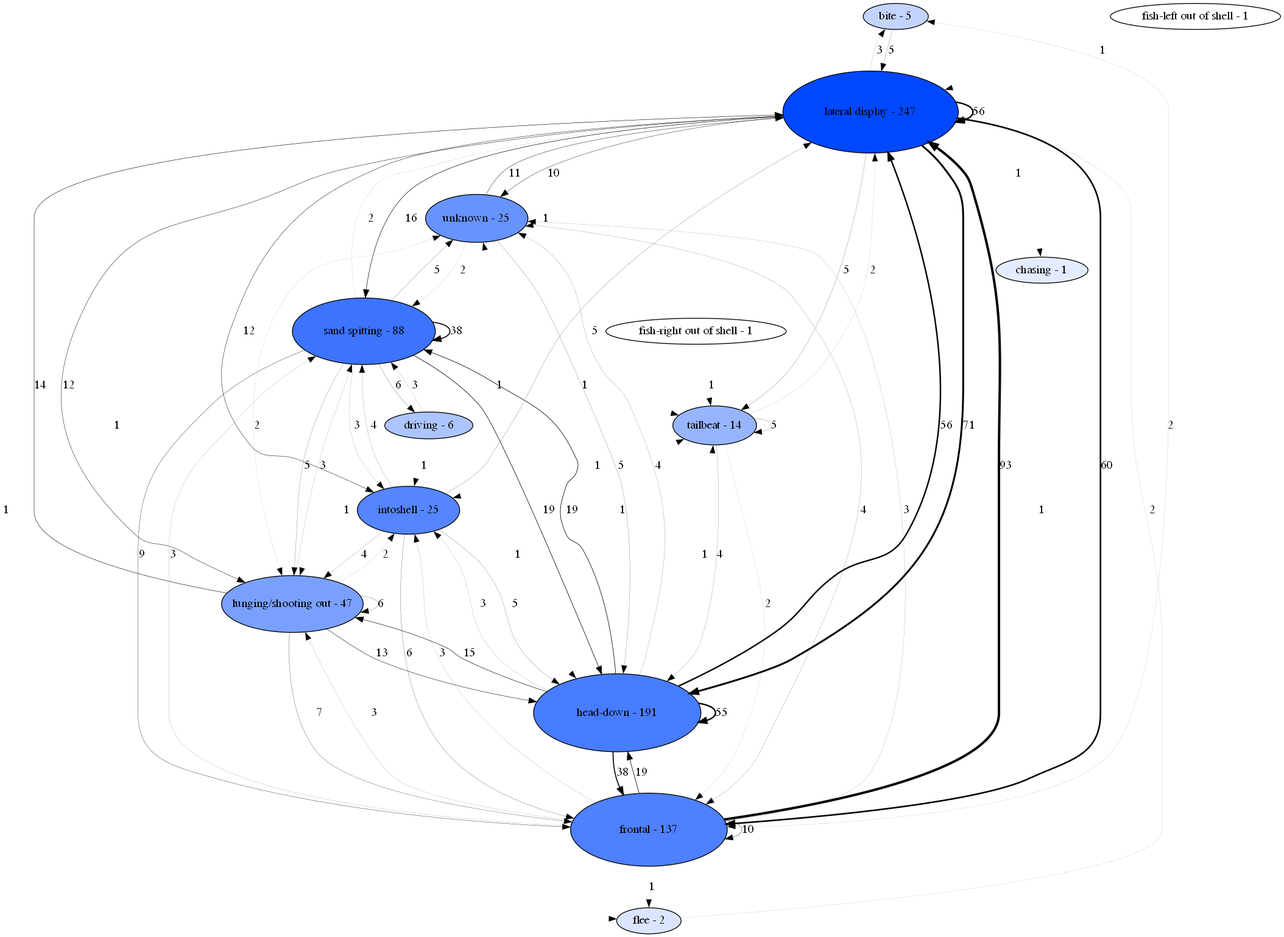
This is images/transitions.gv.png from nicolkraus/AnalyzeBehavior, a Graphviz export, as it was before one commit. Its source is kept beside it as images/transitions.gv.
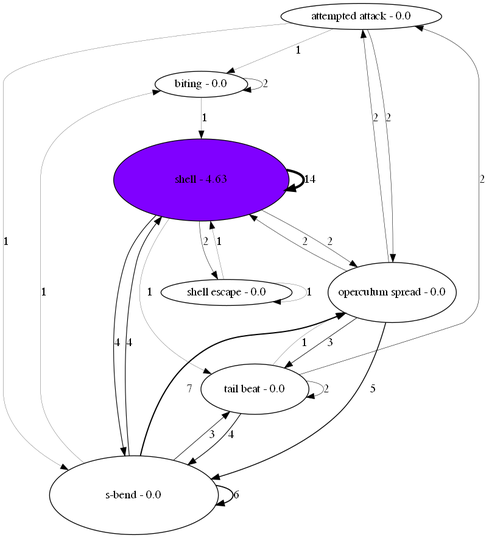
After the change.

What changed in the source:
```diff
@@ -1,87 +1,40 @@
 digraph  {
-"bite - 5" [fillcolor="0.6194444444444445 0.23460980592076922 1", height="0.4089769934037396", style=filled, width="0.8763792715794421"];
-"lateral display - 247" [fillcolor="0.6194444444444445 1.0 1", height="1.4", style=filled, width="3.0"];
-"chasing - 1" [fillcolor="0.6194444444444445 0.10638000034776231 1", height="0.0", style=filled, width="0.0"];
-"frontal - 137" [fillcolor="0.6194444444444445 0.6942382155338318 1", height="1.250224684719749", style=filled, width="2.6790528958280335"];
-"driving - 6" [fillcolor="0.6194444444444445 0.32039363347958144 1", height="0.455307032949974", style=filled, width="0.9756579277499443"];
-"head-down - 191" [fillcolor="0.6194444444444445 0.7159516264311926 1", height="1.3346640951735487", style=filled, width="2.8599944896576046"];
-"intoshell - 25" [fillcolor="0.6194444444444445 0.6669990191860939 1", height="0.8179539868074792", style=filled, width="1.7527585431588841"];
-"lunging/shooting out - 47" [fillcolor="0.6194444444444445 0.521376944768488 1", height="0.9783675270371591", style=filled, width="2.0965018436510556"];
-"sand spitting - 88" [fillcolor="0.6194444444444445 0.7654759743606253 1", height="1.1377436399965202", style=filled, width="2.4380220857068293"];
-"fish-left out of shell - 1" [fillcolor="0.6194444444444445 0.0 1", height="0.0", style=filled, width="0.0"];
-"fish-right out of shell - 1" [fillcolor="0.6194444444444445 0.0 1", height="0.0", style=filled, width="0.0"];
-"tailbeat - 14" [fillcolor="0.6194444444444445 0.40919505060510486 1", height="0.6706153270950386", style=filled, width="1.4370328437750828"];
-"flee - 2" [fillcolor="0.6194444444444445 0.14411890605811684 1", height="0.17613680385032734", style=filled, width="0.37743600825070145"];
-"unknown - 25" [fillcolor="0.6194444444444445 0.5939197308744592 1", height="0.8179539868074792", style=filled, width="1.7527585431588841"];
-"bite - 5" -> "lateral display - 247"  [label=5, penwidth="0.16129032258064516"];
-"lateral display - 247" -> "bite - 5"  [label=3, penwidth="0.0967741935483871"];
-"lateral display - 247" -> "chasing - 1"  [label=1, penwidth="0.03225806451612903"];
-"lateral display - 247" -> "flee - 2"  [label=1, penwidth="0.03225806451612903"];
-"lateral display - 247" -> "frontal - 137"  [label=60, penwidth="1.935483870967742"];
-"lateral display - 247" -> "head-down - 191"  [label=71, penwidth="2.290322580645161"];
-"lateral display - 247" -> "intoshell - 25"  [label=12, penwidth="0.3870967741935484"];
-"lateral display - 247" -> "lateral display - 247"  [label=56, penwidth="1.806451612903226"];
-"lateral display - 247" -> "lunging/shooting out - 47"  [label=12, penwidth="0.3870967741935484"];
-"lateral display - 247" -> "sand spitting - 88"  [label=16, penwidth="0.5161290322580645"];
-"lateral display - 247" -> "tailbeat - 14"  [label=5, penwidth="0.16129032258064516"];
-"lateral display - 247" -> "unknown - 25"  [label=10, penwidth="0.3225806451612903"];
-"chasing - 1" -> "frontal - 137"  [label=1, penwidth="0.03225806451612903"];
-"frontal - 137" -> "bite - 5"  [label=2, penwidth="0.06451612903225806"];
-"frontal - 137" -> "flee - 2"  [label=1, penwidth="0.03225806451612903"];
-"frontal - 137" -> "frontal - 137"  [label=10, penwidth="0.3225806451612903"];
-"frontal - 137" -> "head-down - 191"  [label=19, penwidth="0.6129032258064516"];
-"frontal - 137" -> "intoshell - 25"  [label=3, penwidth="0.0967741935483871"];
-"frontal - 137" -> "lateral display - 247"  [label=93, penwidth="3.0"];
-"frontal - 137" -> "lunging/shooting out - 47"  [label=3, penwidth="0.0967741935483871"];
-"frontal - 137" -> "sand spitting - 88"  [label=3, penwidth="0.0967741935483871"];
-"frontal - 137" -> "unknown - 25"  [label=3, penwidth="0.0967741935483871"];
-"driving - 6" -> "head-down - 191"  [label=1, penwidth="0.03225806451612903"];
-"driving - 6" -> "intoshell - 25"  [label=1, penwidth="0.03225806451612903"];
-"driving - 6" -> "lunging/shooting out - 47"  [label=1, penwidth="0.03225806451612903"];
-"driving - 6" -> "sand spitting - 88"  [label=3, penwidth="0.0967741935483871"];
-"head-down - 191" -> "frontal - 137"  [label=38, penwidth="1.2258064516129032"];
-"head-down - 191" -> "head-down - 191"  [label=55, penwidth="1.774193548387097"];
-"head-down - 191" -> "intoshell - 25"  [label=3, penwidth="0.0967741935483871"];
-"head-down - 191" -> "lateral display - 247"  [label=56, penwidth="1.806451612903226"];
-"head-down - 191" -> "lunging/shooting out - 47"  [label=15, penwidth="0.4838709677419355"];
-"head-down - 191" -> "sand spitting - 88"  [label=19, penwidth="0.6129032258064516"];
-"head-down - 191" -> "tailbeat - 14"  [label=1, penwidth="0.03225806451612903"];
-"head-down - 191" -> "unknown - 25"  [label=4, penwidth="0.12903225806451613"];
-"intoshell - 25" -> "frontal - 137"  [label=6, penwidth="0.1935483870967742"];
-"intoshell - 25" -> "head-down - 191"  [label=5, penwidth="0.16129032258064516"];
-"intoshell - 25" -> "lateral display - 247"  [label=5, penwidth="0.16129032258064516"];
-"intoshell - 25" -> "lunging/shooting out - 47"  [label=4, penwidth="0.12903225806451613"];
-"intoshell - 25" -> "sand spitting - 88"  [label=4, penwidth="0.12903225806451613"];
-"intoshell - 25" -> "unknown - 25"  [label=1, penwidth="0.03225806451612903"];
-"lunging/shooting out - 47" -> "frontal - 137"  [label=7, penwidth="0.22580645161290325"];
-"lunging/shooting out - 47" -> "head-down - 191"  [label=13, penwidth="0.4193548387096774"];
-"lunging/shooting out - 47" -> "intoshell - 25"  [label=2, penwidth="0.06451612903225806"];
-"lunging/shooting out - 47" -> "lateral display - 247"  [label=14, penwidth="0.4516129032258065"];
-"lunging/shooting out - 47" -> "lunging/shooting out - 47"  [label=6, penwidth="0.1935483870967742"];
-"lunging/shooting out - 47" -> "sand spitting - 88"  [label=3, penwidth="0.0967741935483871"];
-"lunging/shooting out - 47" -> "tailbeat - 14"  [label=1, penwidth="0.03225806451612903"];
-"lunging/shooting out - 47" -> "unknown - 25"  [label=1, penwidth="0.03225806451612903"];
-"sand spitting - 88" -> "driving - 6"  [label=6, penwidth="0.1935483870967742"];
-"sand spitting - 88" -> "frontal - 137"  [label=9, penwidth="0.29032258064516125"];
-"sand spitting - 88" -> "head-down - 191"  [label=19, penwidth="0.6129032258064516"];
-"sand spitting - 88" -> "intoshell - 25"  [label=3, penwidth="0.0967741935483871"];
-"sand spitting - 88" -> "lateral display - 247"  [label=2, penwidth="0.06451612903225806"];
-"sand spitting - 88" -> "lunging/shooting out - 47"  [label=5, penwidth="0.16129032258064516"];
-"sand spitting - 88" -> "sand spitting - 88"  [label=38, penwidth="1.2258064516129032"];
-"sand spitting - 88" -> "tailbeat - 14"  [label=1, penwidth="0.03225806451612903"];
-"sand spitting - 88" -> "unknown - 25"  [label=5, penwidth="0.16129032258064516"];
-"fish-left out of shell - 1" -> "lateral display - 247"  [label=1, penwidth="0.03225806451612903"];
-"fish-right out of shell - 1" -> "tailbeat - 14"  [label=1, penwidth="0.03225806451612903"];
-"tailbeat - 14" -> "frontal - 137"  [label=2, penwidth="0.06451612903225806"];
-"tailbeat - 14" -> "head-down - 191"  [label=4, penwidth="0.12903225806451613"];
-"tailbeat - 14" -> "intoshell - 25"  [label=1, penwidth="0.03225806451612903"];
-"tailbeat - 14" -> "lateral display - 247"  [label=2, penwidth="0.06451612903225806"];
-"tailbeat - 14" -> "tailbeat - 14"  [label=5, penwidth="0.16129032258064516"];
-"flee - 2" -> "lateral display - 247"  [label=2, penwidth="0.06451612903225806"];
-"unknown - 25" -> "frontal - 137"  [label=4, penwidth="0.12903225806451613"];
-"unknown - 25" -> "head-down - 191"  [label=5, penwidth="0.16129032258064516"];
-"unknown - 25" -> "lateral display - 247"  [label=11, penwidth="0.3548387096774194"];
-"unknown - 25" -> "lunging/shooting out - 47"  [label=2, penwidth="0.06451612903225806"];
-"unknown - 25" -> "sand spitting - 88"  [label=2, penwidth="0.06451612903225806"];
-"unknown - 25" -> "unknown - 25"  [label=1, penwidth="0.03225806451612903"];
+"driving - 1.79" [fillcolor="0.75 0.38775763921087736 1", height="0.0", style=filled, tooltip="whats up\n\n eccentricity: \n\n piu: \n", width="0.0"];
+"sand spitting - 2.71" [fillcolor="0.75 0.6903248299948959 1", height="0.8677793647502886", style=filled, tooltip="whats up\n\n eccentricity: \n\n piu: \n", width="1.85952721017919"];
+"frontal - 1.18" [fillcolor="0.75 0.5707396710402765 1", height="0.8492167356386441", style=filled, tooltip="whats up\n\n eccentricity: \n\n piu: \n", width="1.8197501477970945"];
+"head-down - 1.38" [fillcolor="0.75 0.6754291500206447 1", height="1.1063310153202581", style=filled, tooltip="whats up\n\n eccentricity: \n\n piu: \n", width="2.3707093185434105"];
+"lateral display - 3.81" [fillcolor="0.75 0.9195374872745928 1", height="1.4", style=filled, tooltip="whats up\n\n eccentricity: \n\n piu: \n", width="3.0"];
+"unknown - 2.44" [fillcolor="0.75 0.5157209370708112 1", height="0.38127254094626917", style=filled, tooltip="whats up\n\n eccentricity: \n\n piu: \n", width="0.8170125877420054"];
+"intoshell - 81.04" [fillcolor="0.75 1.0 1", height="0.23454131965434413", style=filled, tooltip="whats up\n\n eccentricity: \n\n piu: \n", width="0.5025885421164518"];
+"lunging/shooting out - 1.07" [fillcolor="0.75 0.26252932112286964 1", height="0.0", style=filled, tooltip="whats up\n\n eccentricity: \n\n piu: \n", width="0.0"];
+"tailbeat - 1.17" [fillcolor="0.75 0.38569884980151564 1", height="0.18754299481085154", style=filled, tooltip="whats up\n\n eccentricity: \n\n piu: \n", width="0.4018778460232534"];
+"driving - 1.79" -> "sand spitting - 2.71"  [label=5, penwidth="0.23517900250637025"];
+"sand spitting - 2.71" -> "driving - 1.79"  [label=5, penwidth="0.23517900250637025"];
+"sand spitting - 2.71" -> "head-down - 1.38"  [label=6, penwidth="0.2866711627606332"];
+"sand spitting - 2.71" -> "lateral display - 3.81"  [label=7, penwidth="0.3302071639255374"];
+"sand spitting - 2.71" -> "sand spitting - 2.71"  [label=26, penwidth="0.7008013657974955"];
+"frontal - 1.18" -> "frontal - 1.18"  [label=3, penwidth="0.09090909090909091"];
+"frontal - 1.18" -> "head-down - 1.38"  [label=8, penwidth="0.3679197635155427"];
+"frontal - 1.18" -> "lateral display - 3.81"  [label=28, penwidth="0.721731307628622"];
+"frontal - 1.18" -> "unknown - 2.44"  [label=3, penwidth="0.09090909090909091"];
+"head-down - 1.38" -> "frontal - 1.18"  [label=8, penwidth="0.3679197635155427"];
+"head-down - 1.38" -> "head-down - 1.38"  [label=23, penwidth="0.6661754086274518"];
+"head-down - 1.38" -> "intoshell - 81.04"  [label=5, penwidth="0.23517900250637025"];
+"head-down - 1.38" -> "lateral display - 3.81"  [label=40, penwidth="0.8224652180609973"];
+"head-down - 1.38" -> "sand spitting - 2.71"  [label=4, penwidth="0.17215769166400033"];
+"lateral display - 3.81" -> "frontal - 1.18"  [label=26, penwidth="0.7008013657974955"];
+"lateral display - 3.81" -> "head-down - 1.38"  [label=35, penwidth="0.784752618470992"];
+"lateral display - 3.81" -> "intoshell - 81.04"  [label=7, penwidth="0.3302071639255374"];
+"lateral display - 3.81" -> "lateral display - 3.81"  [label=75, penwidth="1.0"];
+"lateral display - 3.81" -> "lunging/shooting out - 1.07"  [label=3, penwidth="0.09090909090909091"];
+"lateral display - 3.81" -> "sand spitting - 2.71"  [label=10, penwidth="0.4309410743579127"];
+"lateral display - 3.81" -> "tailbeat - 1.17"  [label=3, penwidth="0.09090909090909091"];
+"lateral display - 3.81" -> "unknown - 2.44"  [label=8, penwidth="0.3679197635155427"];
+"unknown - 2.44" -> "frontal - 1.18"  [label=4, penwidth="0.17215769166400033"];
+"unknown - 2.44" -> "head-down - 1.38"  [label=4, penwidth="0.17215769166400033"];
+"unknown - 2.44" -> "lateral display - 3.81"  [label=5, penwidth="0.23517900250637025"];
+"intoshell - 81.04" -> "head-down - 1.38"  [label=5, penwidth="0.23517900250637025"];
+"intoshell - 81.04" -> "lateral display - 3.81"  [label=4, penwidth="0.17215769166400033"];
+"lunging/shooting out - 1.07" -> "lateral display - 3.81"  [label=5, penwidth="0.23517900250637025"];
+"tailbeat - 1.17" -> "tailbeat - 1.17"  [label=8, penwidth="0.3679197635155427"];
 }
```
